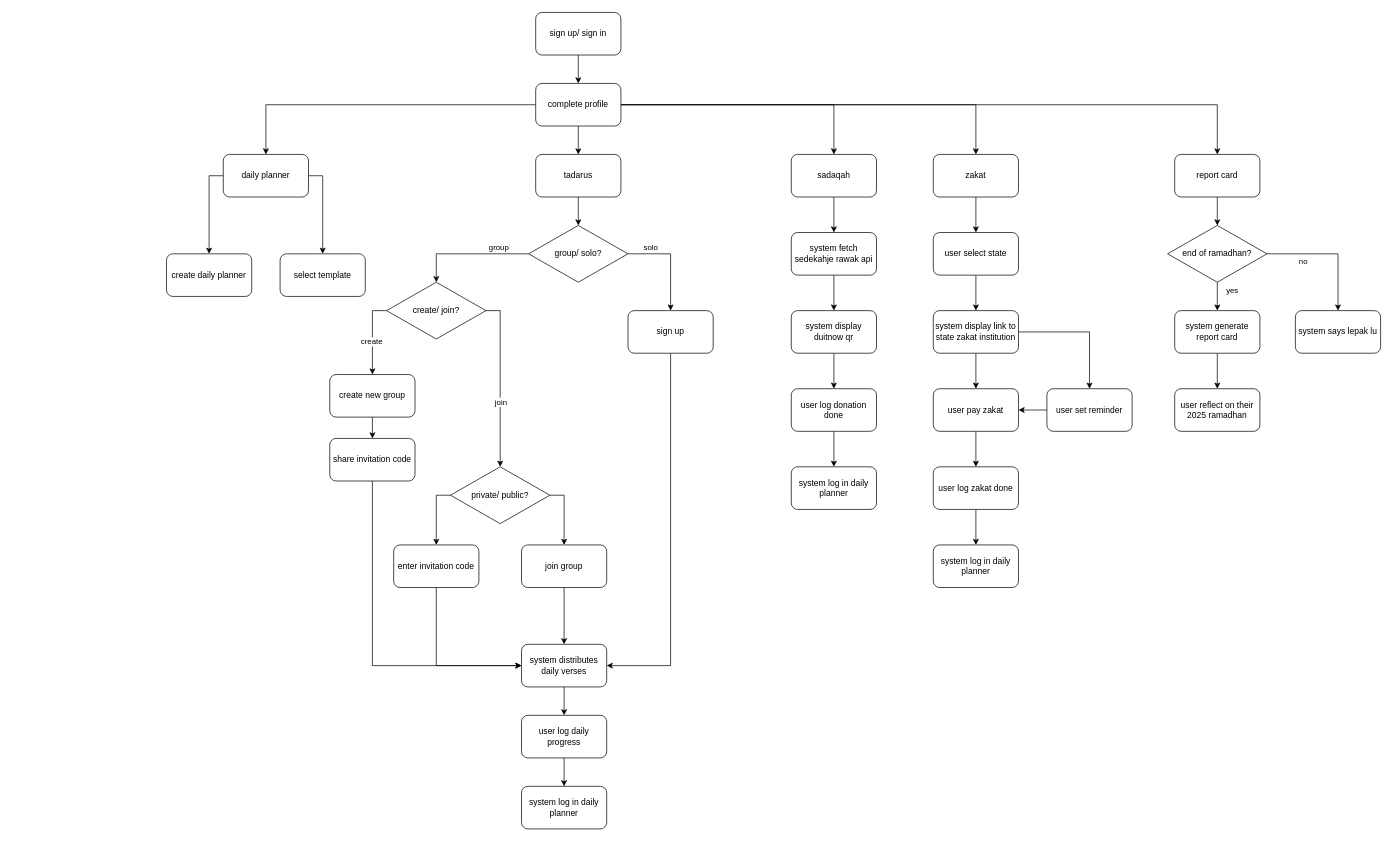
Above: tadarus-flowchart.drawio in khrnchn/tadarus (draw.io), before the change. Source tidied: cells renumbered, new cells numbered last; positions are measured from the earlier drawing's top-left corner, leaving out a move shared by most shapes. Both pictures are drawn from the tidied source at 71%, with x=0, y=0 at pixel (166, 12).
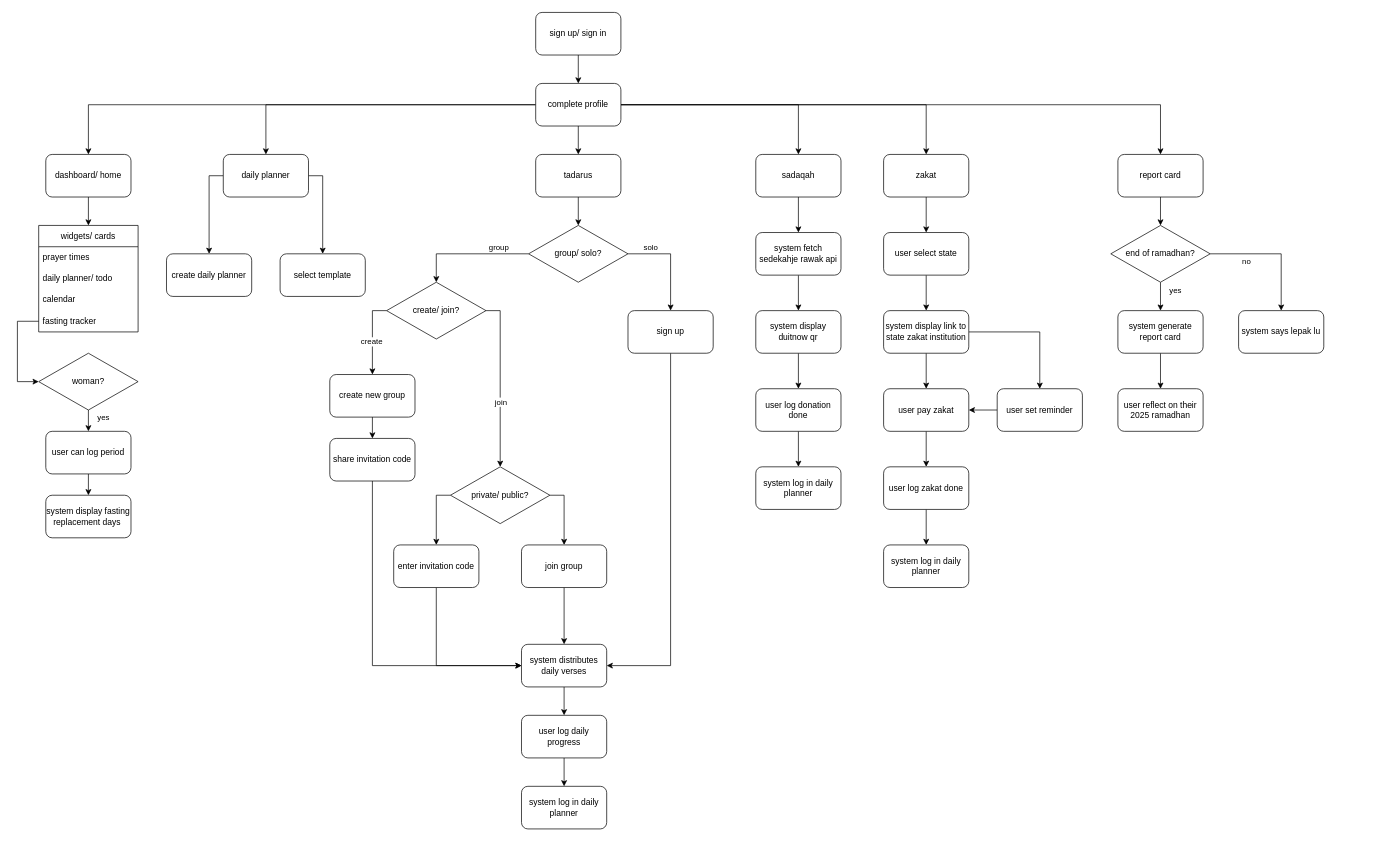
The same diagram, later.

The change refers to these unchanged cells:
```xml
<mxCell id="26" value="complete profile" style="rounded=1;whiteSpace=wrap;html=1;" parent="1" vertex="1">
  <mxGeometry x="520" y="100" width="120" height="60" as="geometry" />
</mxCell>
```

What changed in the source:
```diff
@@
+    <mxCell id="79" style="edgeStyle=orthogonalEdgeStyle;rounded=0;jettySize=auto;html=1;exitX=0;exitY=0.5;exitDx=0;exitDy=0;entryX=0.5;entryY=0;entryDx=0;entryDy=0;" parent="1" edge="1" source="26" target="81">
+      <mxGeometry relative="1" as="geometry" />
+    </mxCell>
@@
     <mxCell id="40" value="sadaqah" style="rounded=1;whiteSpace=wrap;html=1;" parent="1" vertex="1">
-      <mxGeometry x="880" y="200" width="120" height="60" as="geometry" />
+      <mxGeometry x="830" y="200" width="120" height="60" as="geometry" />
     </mxCell>
@@
     <mxCell id="42" value="system fetch sedekahje rawak api" style="rounded=1;whiteSpace=wrap;html=1;" parent="1" vertex="1">
-      <mxGeometry x="880" y="310" width="120" height="60" as="geometry" />
+      <mxGeometry x="830" y="310" width="120" height="60" as="geometry" />
     </mxCell>
@@
     <mxCell id="44" value="user log donation done" style="rounded=1;whiteSpace=wrap;html=1;" parent="1" vertex="1">
-      <mxGeometry x="880" y="530" width="120" height="60" as="geometry" />
+      <mxGeometry x="830" y="530" width="120" height="60" as="geometry" />
     </mxCell>
     <mxCell id="45" value="system log in daily planner" style="rounded=1;whiteSpace=wrap;html=1;" parent="1" vertex="1">
-      <mxGeometry x="880" y="640" width="120" height="60" as="geometry" />
+      <mxGeometry x="830" y="640" width="120" height="60" as="geometry" />
     </mxCell>
@@
     <mxCell id="47" value="zakat" style="rounded=1;whiteSpace=wrap;html=1;" parent="1" vertex="1">
-      <mxGeometry x="1080" y="200" width="120" height="60" as="geometry" />
+      <mxGeometry x="1010" y="200" width="120" height="60" as="geometry" />
     </mxCell>
@@
     <mxCell id="49" value="user select state" style="rounded=1;whiteSpace=wrap;html=1;" parent="1" vertex="1">
-      <mxGeometry x="1080" y="310" width="120" height="60" as="geometry" />
+      <mxGeometry x="1010" y="310" width="120" height="60" as="geometry" />
     </mxCell>
@@
     <mxCell id="52" value="system display link to state zakat institution" style="rounded=1;whiteSpace=wrap;html=1;" parent="1" vertex="1">
-      <mxGeometry x="1080" y="420" width="120" height="60" as="geometry" />
+      <mxGeometry x="1010" y="420" width="120" height="60" as="geometry" />
     </mxCell>
@@
     <mxCell id="54" value="user pay zakat" style="rounded=1;whiteSpace=wrap;html=1;" parent="1" vertex="1">
-      <mxGeometry x="1080" y="530" width="120" height="60" as="geometry" />
+      <mxGeometry x="1010" y="530" width="120" height="60" as="geometry" />
     </mxCell>
@@
     <mxCell id="56" value="user set reminder" style="rounded=1;whiteSpace=wrap;html=1;" parent="1" vertex="1">
-      <mxGeometry x="1240" y="530" width="120" height="60" as="geometry" />
+      <mxGeometry x="1170" y="530" width="120" height="60" as="geometry" />
     </mxCell>
@@
     <mxCell id="58" value="user log zakat done" style="rounded=1;whiteSpace=wrap;html=1;" parent="1" vertex="1">
-      <mxGeometry x="1080" y="640" width="120" height="60" as="geometry" />
+      <mxGeometry x="1010" y="640" width="120" height="60" as="geometry" />
     </mxCell>
     <mxCell id="59" value="system log in daily planner" style="rounded=1;whiteSpace=wrap;html=1;" parent="1" vertex="1">
-      <mxGeometry x="1080" y="750" width="120" height="60" as="geometry" />
+      <mxGeometry x="1010" y="750" width="120" height="60" as="geometry" />
     </mxCell>
@@
     <mxCell id="67" value="system display duitnow qr" style="rounded=1;whiteSpace=wrap;html=1;" parent="1" vertex="1">
-      <mxGeometry x="880" y="420" width="120" height="60" as="geometry" />
+      <mxGeometry x="830" y="420" width="120" height="60" as="geometry" />
     </mxCell>
@@
     <mxCell id="69" value="report card" style="rounded=1;whiteSpace=wrap;html=1;" parent="1" vertex="1">
-      <mxGeometry x="1420" y="200" width="120" height="60" as="geometry" />
+      <mxGeometry x="1340" y="200" width="120" height="60" as="geometry" />
     </mxCell>
@@
     <mxCell id="74" value="end of ramadhan?" style="rhombus;whiteSpace=wrap;html=1;" parent="1" vertex="1">
-      <mxGeometry x="1410" y="300" width="140" height="80" as="geometry" />
+      <mxGeometry x="1330" y="300" width="140" height="80" as="geometry" />
     </mxCell>
@@
     <mxCell id="76" value="system generate report card" style="rounded=1;whiteSpace=wrap;html=1;" parent="1" vertex="1">
-      <mxGeometry x="1420" y="420" width="120" height="60" as="geometry" />
+      <mxGeometry x="1340" y="420" width="120" height="60" as="geometry" />
     </mxCell>
     <mxCell id="77" value="system says lepak lu" style="rounded=1;whiteSpace=wrap;html=1;" parent="1" vertex="1">
-      <mxGeometry x="1590" y="420" width="120" height="60" as="geometry" />
+      <mxGeometry x="1510" y="420" width="120" height="60" as="geometry" />
     </mxCell>
     <mxCell id="78" value="user reflect on their 2025 ramadhan" style="rounded=1;whiteSpace=wrap;html=1;" parent="1" vertex="1">
-      <mxGeometry x="1420" y="530" width="120" height="60" as="geometry" />
+      <mxGeometry x="1340" y="530" width="120" height="60" as="geometry" />
     </mxCell>
+    <mxCell id="80" style="edgeStyle=orthogonalEdgeStyle;rounded=0;jettySize=auto;html=1;exitX=0.5;exitY=1;exitDx=0;exitDy=0;entryX=0.5;entryY=0;entryDx=0;entryDy=0;" parent="1" edge="1" source="81" target="82">
+      <mxGeometry relative="1" as="geometry" />
+    </mxCell>
+    <mxCell id="81" value="dashboard/ home" style="rounded=1;whiteSpace=wrap;html=1;" parent="1" vertex="1">
+      <mxGeometry x="-170" y="200" width="120" height="60" as="geometry" />
+    </mxCell>
+    <mxCell id="82" value="widgets/ cards" style="swimlane;fontStyle=0;horizontal=1;startSize=30;whiteSpace=wrap;html=1;" parent="1" vertex="1">
+      <mxGeometry x="-180" y="300" width="140" height="150" as="geometry" />
+    </mxCell>
+    <mxCell id="83" value="prayer times" style="text;strokeColor=none;fillColor=none;align=left;verticalAlign=middle;spacingLeft=4;spacingRight=4;overflow=hidden;whiteSpace=wrap;html=1;" parent="82" vertex="1">
+      <mxGeometry y="30" width="140" height="30" as="geometry" />
+    </mxCell>
+    <mxCell id="84" value="daily planner/ todo" style="text;strokeColor=none;fillColor=none;align=left;verticalAlign=middle;spacingLeft=4;spacingRight=4;overflow=hidden;whiteSpace=wrap;html=1;" parent="82" vertex="1">
+      <mxGeometry y="60" width="140" height="30" as="geometry" />
+    </mxCell>
+    <mxCell id="85" value="calendar" style="text;strokeColor=none;fillColor=none;align=left;verticalAlign=middle;spacingLeft=4;spacingRight=4;overflow=hidden;whiteSpace=wrap;html=1;" parent="82" vertex="1">
+      <mxGeometry y="90" width="140" height="30" as="geometry" />
+    </mxCell>
+    <mxCell id="86" value="fasting tracker" style="text;strokeColor=none;fillColor=none;align=left;verticalAlign=middle;spacingLeft=4;spacingRight=4;overflow=hidden;points=[[0,0.5],[1,0.5]];portConstraint=eastwest;whiteSpace=wrap;html=1;" parent="82" vertex="1">
+      <mxGeometry y="120" width="140" height="30" as="geometry" />
+    </mxCell>
+    <mxCell id="87" style="edgeStyle=orthogonalEdgeStyle;rounded=0;jettySize=auto;html=1;exitX=0.5;exitY=1;exitDx=0;exitDy=0;entryX=0.5;entryY=0;entryDx=0;entryDy=0;" parent="1" edge="1" source="89" target="92">
+      <mxGeometry relative="1" as="geometry" />
+    </mxCell>
+    <mxCell id="88" value="yes" style="edgeLabel;html=1;align=center;verticalAlign=middle;" parent="87" vertex="1">
+      <mxGeometry x="-0.13" relative="1" as="geometry">
+        <mxPoint x="20" y="-3" as="offset" />
+      </mxGeometry>
+    </mxCell>
+    <mxCell id="89" value="woman?" style="rhombus;whiteSpace=wrap;html=1;" parent="1" vertex="1">
+      <mxGeometry x="-180" y="480" width="140" height="80" as="geometry" />
+    </mxCell>
+    <mxCell id="90" style="edgeStyle=orthogonalEdgeStyle;rounded=0;jettySize=auto;html=1;exitX=0;exitY=0.5;exitDx=0;exitDy=0;entryX=0;entryY=0.5;entryDx=0;entryDy=0;" parent="1" edge="1" source="86" target="89">
+      <mxGeometry relative="1" as="geometry">
+        <Array as="points">
+          <mxPoint x="-210" y="435" />
+          <mxPoint x="-210" y="520" />
+        </Array>
+      </mxGeometry>
+    </mxCell>
+    <mxCell id="91" style="edgeStyle=orthogonalEdgeStyle;rounded=0;jettySize=auto;html=1;exitX=0.5;exitY=1;exitDx=0;exitDy=0;entryX=0.5;entryY=0;entryDx=0;entryDy=0;" parent="1" edge="1" source="92" target="93">
+      <mxGeometry relative="1" as="geometry" />
+    </mxCell>
+    <mxCell id="92" value="user can log period" style="rounded=1;whiteSpace=wrap;html=1;" parent="1" vertex="1">
+      <mxGeometry x="-170" y="590" width="120" height="60" as="geometry" />
+    </mxCell>
+    <mxCell id="93" value="system display fasting replacement days&amp;nbsp;" style="rounded=1;whiteSpace=wrap;html=1;" parent="1" vertex="1">
+      <mxGeometry x="-170" y="680" width="120" height="60" as="geometry" />
+    </mxCell>
```
